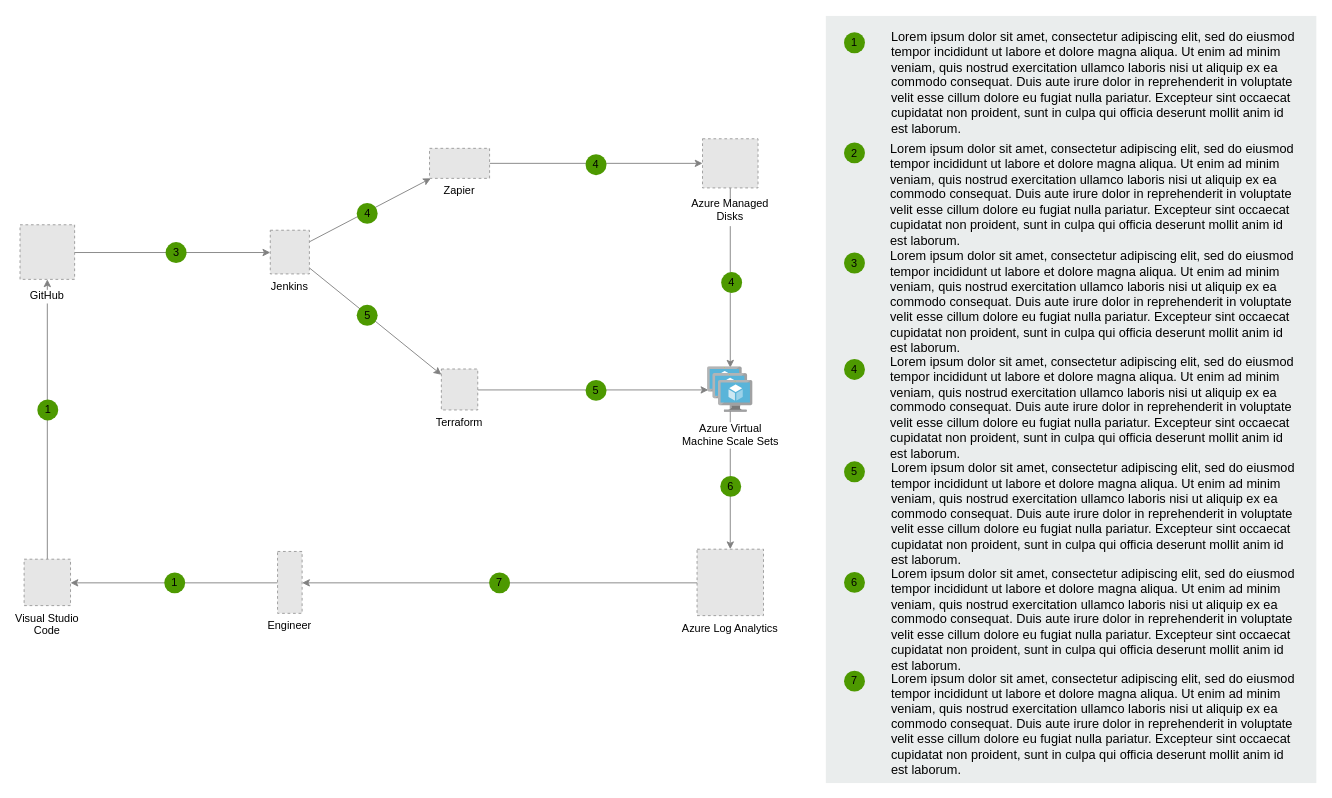
Above: Untitled Diagram.drawio in Saran0909/testing (draw.io), before the change. Source tidied: cells renumbered, new cells numbered last; positions are measured from the earlier drawing's top-left corner, leaving out a move shared by most shapes. Both pictures are drawn from the tidied source at 91%, with x=0, y=0 at pixel (19, 15). Pictures stored in the file or linked from it are replaced by grey dashed boxes.
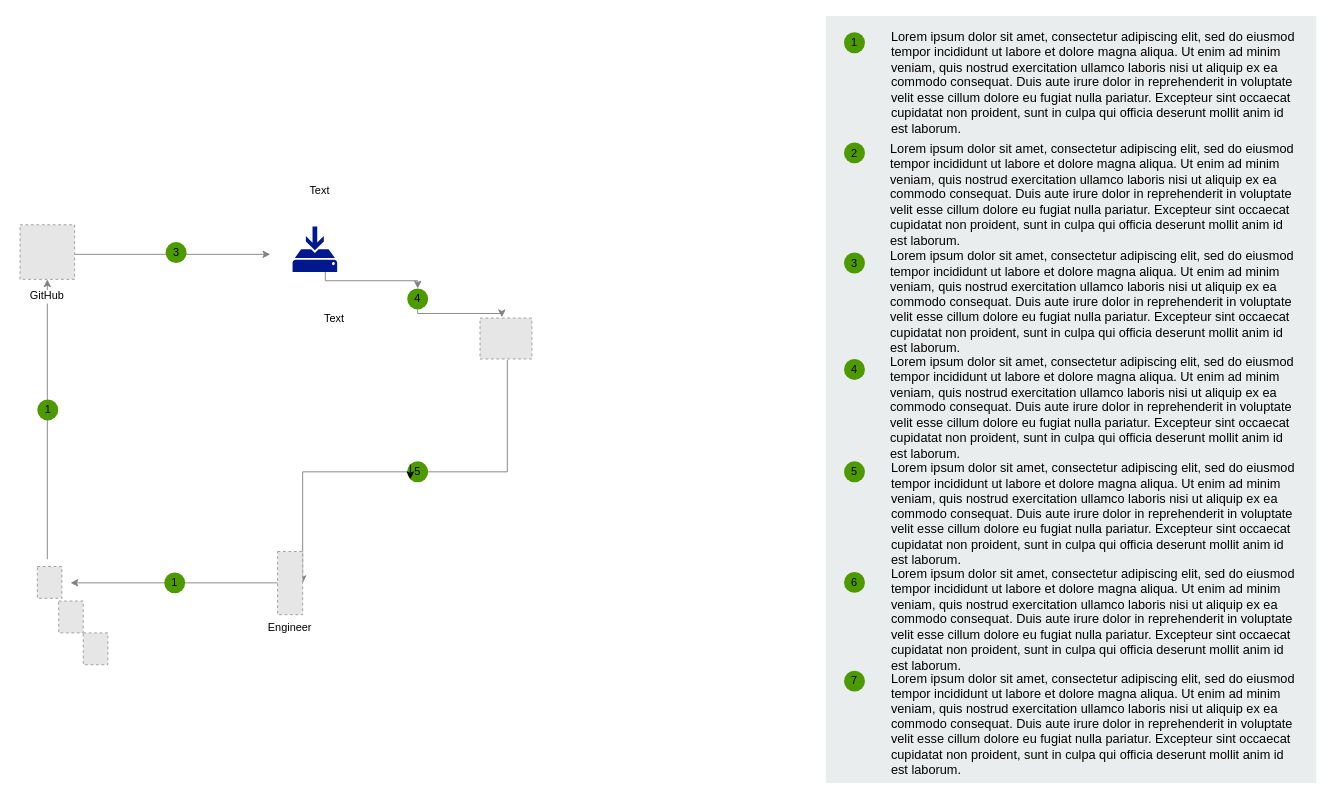
The same diagram, later.

Unchanged cells that the change refers to:
```xml
<mxCell id="12" value="GitHub" style="fillColor=#E6E6E6;strokeColor=#999999;dashed=1;verticalLabelPosition=bottom;labelBackgroundColor=#ffffff;verticalAlign=top;spacingTop=4;" parent="1" vertex="1">
  <mxGeometry x="0.5" y="229.5" width="60" height="60" as="geometry" />
</mxCell>
```

Change to the diagram source:
```diff
@@
-    <mxCell id="2" style="edgeStyle=elbowEdgeStyle;rounded=0;jettySize=auto;elbow=vertical;html=1;strokeColor=#808080;" parent="1" edge="1" source="12" target="13">
-      <mxGeometry relative="1" as="geometry" />
+    <mxCell id="2" style="edgeStyle=elbowEdgeStyle;rounded=0;jettySize=auto;elbow=vertical;html=1;strokeColor=#808080;" parent="1" edge="1" source="12">
+      <mxGeometry relative="1" as="geometry">
+        <mxPoint x="275.5" y="262" as="targetPoint" />
+      </mxGeometry>
     </mxCell>
-    <mxCell id="3" style="rounded=0;jettySize=auto;elbow=vertical;html=1;strokeColor=#808080;" parent="1" edge="1" source="13" target="14">
-      <mxGeometry relative="1" as="geometry" />
-    </mxCell>
-    <mxCell id="4" style="rounded=0;jettySize=auto;elbow=vertical;html=1;strokeColor=#808080;" parent="1" edge="1" source="13" target="15">
-      <mxGeometry relative="1" as="geometry" />
-    </mxCell>
-    <mxCell id="5" style="edgeStyle=elbowEdgeStyle;rounded=0;jettySize=auto;elbow=vertical;html=1;strokeColor=#808080;entryX=0.018;entryY=0.503;entryDx=0;entryDy=0;entryPerimeter=0;" parent="1" edge="1" source="14" target="17">
-      <mxGeometry relative="1" as="geometry" />
+    <mxCell id="5" style="edgeStyle=elbowEdgeStyle;rounded=0;jettySize=auto;elbow=vertical;html=1;strokeColor=#808080;" parent="1" edge="1" source="26">
+      <mxGeometry relative="1" as="geometry">
+        <mxPoint x="530" y="331.1" as="targetPoint" />
+      </mxGeometry>
     </mxCell>
-    <mxCell id="6" style="edgeStyle=elbowEdgeStyle;rounded=0;jettySize=auto;elbow=vertical;html=1;strokeColor=#808080;" parent="1" edge="1" source="15" target="16">
-      <mxGeometry relative="1" as="geometry" />
-    </mxCell>
-    <mxCell id="7" style="edgeStyle=elbowEdgeStyle;rounded=0;jettySize=auto;html=1;entryX=0.501;entryY=0.02;entryDx=0;entryDy=0;strokeColor=#808080;entryPerimeter=0;" parent="1" edge="1" source="16" target="17">
-      <mxGeometry relative="1" as="geometry" />
-    </mxCell>
-    <mxCell id="8" style="edgeStyle=elbowEdgeStyle;rounded=0;jettySize=auto;elbow=vertical;html=1;strokeColor=#808080;" parent="1" edge="1" source="17" target="20">
-      <mxGeometry relative="1" as="geometry" />
-    </mxCell>
-    <mxCell id="9" style="edgeStyle=elbowEdgeStyle;rounded=0;jettySize=auto;elbow=vertical;html=1;strokeColor=#808080;" parent="1" edge="1" source="18" target="12">
-      <mxGeometry relative="1" as="geometry" />
+    <mxCell id="9" style="edgeStyle=elbowEdgeStyle;rounded=0;jettySize=auto;elbow=vertical;html=1;strokeColor=#808080;" parent="1" edge="1" target="12">
+      <mxGeometry relative="1" as="geometry">
+        <mxPoint x="30.5" y="597" as="sourcePoint" />
+      </mxGeometry>
     </mxCell>
-    <mxCell id="10" style="edgeStyle=elbowEdgeStyle;rounded=0;jettySize=auto;elbow=vertical;html=1;strokeColor=#808080;" parent="1" edge="1" source="19" target="18">
-      <mxGeometry relative="1" as="geometry" />
+    <mxCell id="10" style="edgeStyle=elbowEdgeStyle;rounded=0;jettySize=auto;elbow=vertical;html=1;strokeColor=#808080;" parent="1" edge="1" source="19">
+      <mxGeometry relative="1" as="geometry">
+        <mxPoint x="56" y="623" as="targetPoint" />
+      </mxGeometry>
     </mxCell>
-    <mxCell id="11" style="edgeStyle=elbowEdgeStyle;rounded=0;jettySize=auto;elbow=vertical;html=1;entryX=1;entryY=0.5;entryDx=0;entryDy=0;strokeColor=#808080;" parent="1" edge="1" source="20" target="19">
-      <mxGeometry relative="1" as="geometry" />
+    <mxCell id="11" style="edgeStyle=elbowEdgeStyle;rounded=0;jettySize=auto;elbow=vertical;html=1;entryX=1;entryY=0.5;entryDx=0;entryDy=0;strokeColor=#808080;" parent="1" edge="1" target="19">
+      <mxGeometry relative="1" as="geometry">
+        <mxPoint x="536" y="378" as="sourcePoint" />
+      </mxGeometry>
     </mxCell>
@@
-    <mxCell id="13" value="Jenkins" style="fillColor=#E6E6E6;strokeColor=#999999;dashed=1;verticalLabelPosition=bottom;labelBackgroundColor=none;verticalAlign=top;" parent="1" vertex="1">
-      <mxGeometry x="275.5" y="235.5" width="43" height="48" as="geometry" />
-    </mxCell>
-    <mxCell id="14" value="Terraform" style="fillColor=#E6E6E6;strokeColor=#999999;dashed=1;verticalLabelPosition=bottom;labelBackgroundColor=none;verticalAlign=top;" parent="1" vertex="1">
-      <mxGeometry x="463.5" y="388" width="40" height="45" as="geometry" />
-    </mxCell>
-    <mxCell id="15" value="Zapier" style="fillColor=#E6E6E6;strokeColor=#999999;dashed=1;verticalLabelPosition=bottom;labelBackgroundColor=none;verticalAlign=top;" parent="1" vertex="1">
-      <mxGeometry x="450.5" y="145.5" width="66" height="33" as="geometry" />
-    </mxCell>
-    <mxCell id="16" value="Azure Managed&#10;Disks" style="fillColor=#E6E6E6;strokeColor=#999999;dashed=1;verticalLabelPosition=bottom;labelBackgroundColor=#ffffff;verticalAlign=top;spacingTop=4;" parent="1" vertex="1">
-      <mxGeometry x="750.5" y="135" width="61" height="54" as="geometry" />
-    </mxCell>
-    <mxCell id="17" value="Azure Virtual&lt;br&gt;Machine Scale Sets" style="html=1;perimeter=none;align=center;shadow=0;dashed=0;image;fontSize=12;image=img/lib/mscae/VM_Scale_Set.svg;labelBackgroundColor=#ffffff;spacingTop=4;" parent="1" vertex="1">
-      <mxGeometry x="756" y="385.5" width="50" height="50" as="geometry" />
-    </mxCell>
-    <mxCell id="18" value="Visual Studio&#10;Code" style="fillColor=#E6E6E6;strokeColor=#999999;dashed=1;verticalLabelPosition=bottom;labelBackgroundColor=none;verticalAlign=top;" parent="1" vertex="1">
-      <mxGeometry x="5" y="597" width="51" height="51" as="geometry" />
-    </mxCell>
     <mxCell id="19" value="Engineer" style="fillColor=#E6E6E6;strokeColor=#999999;dashed=1;verticalLabelPosition=bottom;labelBackgroundColor=none;verticalAlign=top;" parent="1" vertex="1">
-      <mxGeometry x="283.5" y="588.5" width="27" height="68" as="geometry" />
+      <mxGeometry x="283.5" y="588.5" width="27.6" height="69.5" as="geometry" />
     </mxCell>
-    <mxCell id="20" value="Azure Log Analytics" style="fillColor=#E6E6E6;strokeColor=#999999;dashed=1;verticalLabelPosition=bottom;labelBackgroundColor=none;verticalAlign=top;" parent="1" vertex="1">
-      <mxGeometry x="744.5" y="586" width="73" height="73" as="geometry" />
-    </mxCell>
@@
-    <mxCell id="24" value="4" style="ellipse;whiteSpace=wrap;html=1;fillColor=#4D9900;strokeColor=none;labelBackgroundColor=none;" parent="1" vertex="1">
-      <mxGeometry x="370.5" y="205.5" width="23" height="23" as="geometry" />
-    </mxCell>
-    <mxCell id="25" value="5" style="ellipse;whiteSpace=wrap;html=1;fillColor=#4D9900;strokeColor=none;labelBackgroundColor=none;" parent="1" vertex="1">
-      <mxGeometry x="370.5" y="317.5" width="23" height="23" as="geometry" />
-    </mxCell>
-    <mxCell id="26" value="4" style="ellipse;whiteSpace=wrap;html=1;fillColor=#4D9900;strokeColor=none;labelBackgroundColor=none;" parent="1" vertex="1">
-      <mxGeometry x="622" y="152" width="23" height="23" as="geometry" />
-    </mxCell>
     <mxCell id="27" value="5" style="ellipse;whiteSpace=wrap;html=1;fillColor=#4D9900;strokeColor=none;labelBackgroundColor=none;" parent="1" vertex="1">
-      <mxGeometry x="622" y="400" width="23" height="23" as="geometry" />
+      <mxGeometry x="426" y="489.5" width="23" height="23" as="geometry" />
     </mxCell>
-    <mxCell id="28" value="4" style="ellipse;whiteSpace=wrap;html=1;fillColor=#4D9900;strokeColor=none;labelBackgroundColor=none;" parent="1" vertex="1">
-      <mxGeometry x="771" y="281.5" width="23" height="23" as="geometry" />
-    </mxCell>
-    <mxCell id="29" value="6" style="ellipse;whiteSpace=wrap;html=1;fillColor=#4D9900;strokeColor=none;labelBackgroundColor=none;" parent="1" vertex="1">
-      <mxGeometry x="770" y="505.5" width="23" height="23" as="geometry" />
-    </mxCell>
-    <mxCell id="30" value="7" style="ellipse;whiteSpace=wrap;html=1;fillColor=#4D9900;strokeColor=none;labelBackgroundColor=none;" parent="1" vertex="1">
-      <mxGeometry x="516" y="611.5" width="23" height="23" as="geometry" />
-    </mxCell>
@@
+    <mxCell id="46" style="fillColor=#E6E6E6;strokeColor=#999999;dashed=1;verticalLabelPosition=bottom;labelBackgroundColor=#ffffff;verticalAlign=top;" parent="1" vertex="1">
+      <mxGeometry x="19.5" y="605" width="27" height="35" as="geometry" />
+    </mxCell>
+    <mxCell id="47" style="fillColor=#E6E6E6;strokeColor=#999999;dashed=1;verticalLabelPosition=bottom;labelBackgroundColor=#ffffff;verticalAlign=top;" parent="1" vertex="1">
+      <mxGeometry x="43" y="643" width="27" height="35" as="geometry" />
+    </mxCell>
+    <mxCell id="48" style="fillColor=#E6E6E6;strokeColor=#999999;dashed=1;verticalLabelPosition=bottom;labelBackgroundColor=#ffffff;verticalAlign=top;" parent="1" vertex="1">
+      <mxGeometry x="70" y="678" width="27" height="35" as="geometry" />
+    </mxCell>
+    <mxCell id="49" style="fillColor=#E6E6E6;strokeColor=#999999;dashed=1;verticalLabelPosition=bottom;labelBackgroundColor=#ffffff;verticalAlign=top;" parent="1" vertex="1">
+      <mxGeometry x="506" y="332" width="57" height="45" as="geometry" />
+    </mxCell>
+    <mxCell id="50" style="sketch=0;shadow=0;dashed=0;html=1;strokeColor=none;labelPosition=center;verticalLabelPosition=bottom;verticalAlign=top;align=center;fillColor=#00188D;shape=mxgraph.mscae.enterprise.backup_local;" parent="1" vertex="1">
+      <mxGeometry x="300" y="231.5" width="49" height="50" as="geometry" />
+    </mxCell>
+    <mxCell id="51" style="edgeStyle=orthogonalEdgeStyle;rounded=0;orthogonalLoop=1;jettySize=auto;html=1;exitX=0;exitY=0;exitDx=0;exitDy=0;entryX=0;entryY=1;entryDx=0;entryDy=0;" parent="1" edge="1" source="27" target="27">
+      <mxGeometry relative="1" as="geometry" />
+    </mxCell>
+    <mxCell id="52" style="edgeStyle=elbowEdgeStyle;rounded=0;jettySize=auto;elbow=vertical;html=1;strokeColor=#808080;" parent="1" edge="1" target="26">
+      <mxGeometry relative="1" as="geometry">
+        <mxPoint x="336" y="281.5" as="sourcePoint" />
+      </mxGeometry>
+    </mxCell>
+    <mxCell id="26" value="4" style="ellipse;whiteSpace=wrap;html=1;fillColor=#4D9900;strokeColor=none;labelBackgroundColor=none;" parent="1" vertex="1">
+      <mxGeometry x="426" y="299.5" width="23" height="23" as="geometry" />
+    </mxCell>
+    <mxCell id="53" value="Text" style="text;html=1;align=center;verticalAlign=middle;whiteSpace=wrap;rounded=0;" parent="1" vertex="1">
+      <mxGeometry x="300" y="177" width="60" height="30" as="geometry" />
+    </mxCell>
+    <mxCell id="54" value="Text" style="text;html=1;align=center;verticalAlign=middle;whiteSpace=wrap;rounded=0;" parent="1" vertex="1">
+      <mxGeometry x="316" y="318" width="60" height="30" as="geometry" />
+    </mxCell>
```
